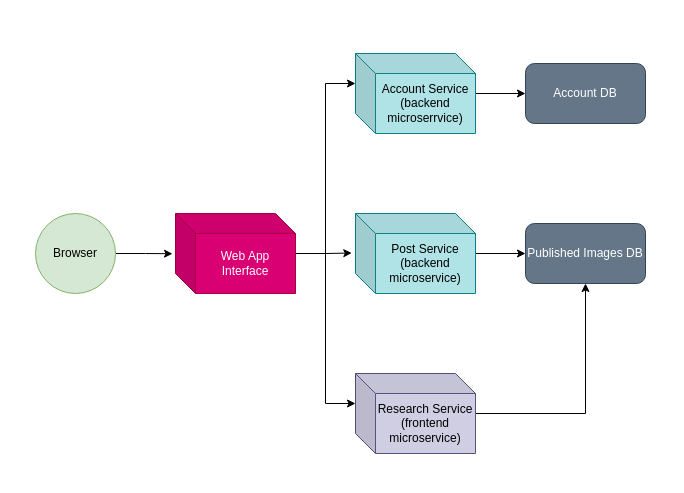
Above: Architecture.drawio in ThomasHostin/Banking-Software-Design-Project (draw.io), before the change. Source tidied: cells renumbered, new cells numbered last; positions are measured from the earlier drawing's top-left corner, leaving out a move shared by most shapes. Both pictures are drawn from the tidied source at 100%, with x=0, y=0 at pixel (35, 53).
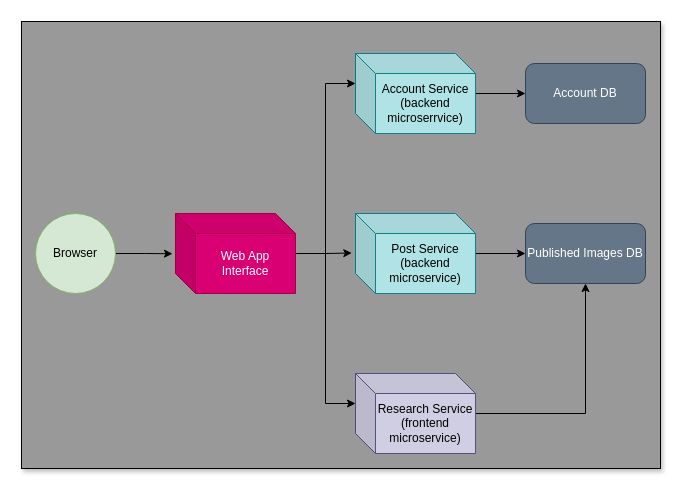
Above is the later version.

Diff of the diagram source:
```diff
@@
 <mxGraphModel>
   <root>
     <mxCell id="0" />
+    <mxCell id="16" parent="0" />
+    <mxCell id="17" style="rounded=0;whiteSpace=wrap;html=1;fillColor=#999999;shadow=1;" parent="16" vertex="1">
+      <mxGeometry x="-14" y="-32" width="639" height="447" as="geometry" />
+    </mxCell>
     <mxCell id="1" parent="0" />
     <mxCell id="2" style="edgeStyle=orthogonalEdgeStyle;rounded=0;jettySize=auto;html=1;entryX=-0.025;entryY=0.503;entryDx=0;entryDy=0;entryPerimeter=0;" parent="1" edge="1" source="3" target="7">
       <mxGeometry relative="1" as="geometry" />
     </mxCell>
     <mxCell id="3" value="Browser" style="ellipse;whiteSpace=wrap;html=1;fillColor=#d5e8d4;strokeColor=#82b366;" parent="1" vertex="1">
       <mxGeometry y="160" width="80" height="80" as="geometry" />
     </mxCell>
     <mxCell id="4" style="edgeStyle=orthogonalEdgeStyle;rounded=0;jettySize=auto;html=1;entryX=-0.031;entryY=0.494;entryDx=0;entryDy=0;entryPerimeter=0;" parent="1" edge="1" source="7" target="11">
       <mxGeometry relative="1" as="geometry" />
     </mxCell>
     <mxCell id="5" style="edgeStyle=orthogonalEdgeStyle;rounded=0;jettySize=auto;html=1;entryX=0;entryY=0;entryDx=0;entryDy=30;entryPerimeter=0;" parent="1" edge="1" source="7" target="9">
       <mxGeometry relative="1" as="geometry" />
     </mxCell>
     <mxCell id="6" style="edgeStyle=orthogonalEdgeStyle;rounded=0;jettySize=auto;html=1;entryX=0;entryY=0;entryDx=0;entryDy=30;entryPerimeter=0;" parent="1" edge="1" source="7" target="15">
       <mxGeometry relative="1" as="geometry" />
     </mxCell>
     <mxCell id="7" value="Web App Interface" style="shape=cube;whiteSpace=wrap;html=1;boundedLbl=1;backgroundOutline=1;darkOpacity=0.05;darkOpacity2=0.1;fillColor=#d80073;strokeColor=#A50040;fontColor=#ffffff;" parent="1" vertex="1">
       <mxGeometry x="140" y="160" width="120" height="80" as="geometry" />
     </mxCell>
     <mxCell id="8" style="edgeStyle=orthogonalEdgeStyle;rounded=0;jettySize=auto;html=1;entryX=0;entryY=0.5;entryDx=0;entryDy=0;" parent="1" edge="1" source="9" target="12">
       <mxGeometry relative="1" as="geometry" />
     </mxCell>
     <mxCell id="9" value="Account Service&lt;br&gt;(backend microserrvice)" style="shape=cube;whiteSpace=wrap;html=1;boundedLbl=1;backgroundOutline=1;darkOpacity=0.05;darkOpacity2=0.1;fillColor=#b0e3e6;strokeColor=#0e8088;" parent="1" vertex="1">
       <mxGeometry x="320" width="120" height="80" as="geometry" />
     </mxCell>
     <mxCell id="10" style="edgeStyle=orthogonalEdgeStyle;rounded=0;jettySize=auto;html=1;entryX=0;entryY=0.5;entryDx=0;entryDy=0;" parent="1" edge="1" source="11" target="13">
       <mxGeometry relative="1" as="geometry" />
     </mxCell>
     <mxCell id="11" value="Post Service&lt;br&gt;(backend microservice)" style="shape=cube;whiteSpace=wrap;html=1;boundedLbl=1;backgroundOutline=1;darkOpacity=0.05;darkOpacity2=0.1;fillColor=#b0e3e6;strokeColor=#0e8088;" parent="1" vertex="1">
       <mxGeometry x="320" y="160" width="120" height="80" as="geometry" />
     </mxCell>
     <mxCell id="12" value="Account DB" style="rounded=1;whiteSpace=wrap;html=1;fillColor=#647687;fontColor=#ffffff;strokeColor=#314354;" parent="1" vertex="1">
       <mxGeometry x="490" y="10" width="120" height="60" as="geometry" />
     </mxCell>
     <mxCell id="13" value="Published Images DB" style="rounded=1;whiteSpace=wrap;html=1;fillColor=#647687;fontColor=#ffffff;strokeColor=#314354;" parent="1" vertex="1">
       <mxGeometry x="490" y="170" width="120" height="60" as="geometry" />
     </mxCell>
     <mxCell id="14" style="edgeStyle=orthogonalEdgeStyle;rounded=0;jettySize=auto;html=1;entryX=0.5;entryY=1;entryDx=0;entryDy=0;" parent="1" edge="1" source="15" target="13">
       <mxGeometry relative="1" as="geometry" />
     </mxCell>
     <mxCell id="15" value="Research Service&lt;br&gt;(frontend microservice)" style="shape=cube;whiteSpace=wrap;html=1;boundedLbl=1;backgroundOutline=1;darkOpacity=0.05;darkOpacity2=0.1;fillColor=#d0cee2;strokeColor=#56517e;" parent="1" vertex="1">
       <mxGeometry x="320" y="320" width="120" height="80" as="geometry" />
     </mxCell>
   </root>
 </mxGraphModel>
```
